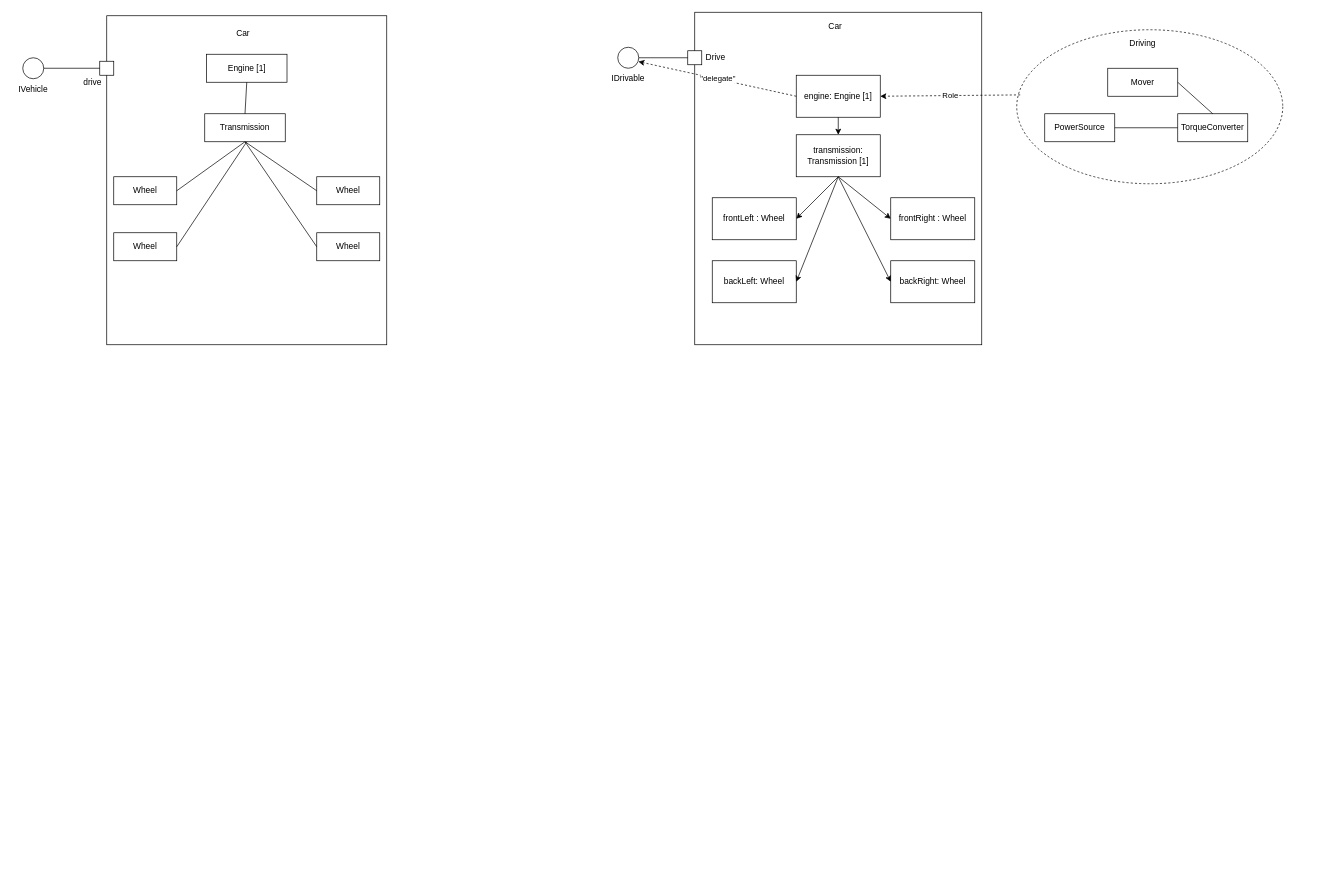
The draw.io diagram Diagramme sans nom.drawio in MikkoPet/bonjour, before the edit. Source tidied: cells renumbered, new cells numbered last; positions are measured from the earlier drawing's top-left corner, leaving out a move shared by most shapes. Both pictures are drawn from the tidied source at 70%, with x=0, y=0 at pixel (12, 12).
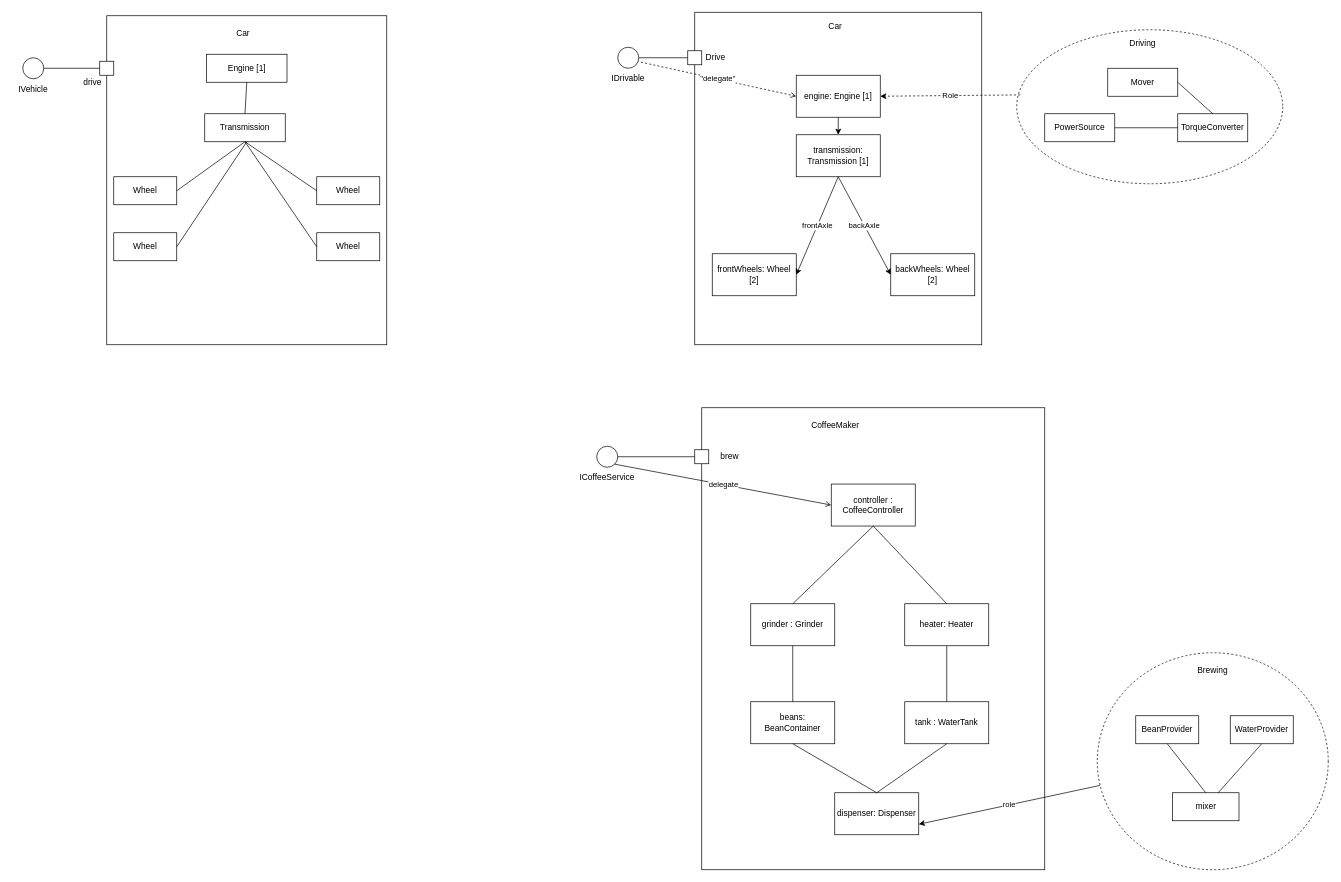
The same page after the edit.

Commit message:
Mettre à jour Diagramme sans nom.drawio

The change refers to these unchanged cells:
```xml
<mxCell id="25" style="ellipse;whiteSpace=wrap;html=1;" parent="1" vertex="1">
  <mxGeometry x="865" y="50" width="30" height="30" as="geometry" />
</mxCell>
<mxCell id="27" value="engine: Engine [1]" style="rounded=0;whiteSpace=wrap;html=1;" parent="1" vertex="1">
  <mxGeometry x="1120" y="90" width="120" height="60" as="geometry" />
</mxCell>
<mxCell id="28" value="transmission: Transmission [1]" style="rounded=0;whiteSpace=wrap;html=1;" parent="1" vertex="1">
  <mxGeometry x="1120" y="175" width="120" height="60" as="geometry" />
</mxCell>
```

Diff of the diagram source:
```diff
@@
-    <mxCell id="29" value="frontLeft : Wheel" style="rounded=0;whiteSpace=wrap;html=1;" parent="1" vertex="1">
-      <mxGeometry x="1000" y="265" width="120" height="60" as="geometry" />
+    <mxCell id="29" value="frontWheels: Wheel [2]" style="rounded=0;whiteSpace=wrap;html=1;" parent="1" vertex="1">
+      <mxGeometry x="1000" y="345" width="120" height="60" as="geometry" />
     </mxCell>
-    <mxCell id="30" value="frontRight : Wheel" style="rounded=0;whiteSpace=wrap;html=1;" parent="1" vertex="1">
-      <mxGeometry x="1255" y="265" width="120" height="60" as="geometry" />
+    <mxCell id="30" value="backWheels: Wheel [2]" style="rounded=0;whiteSpace=wrap;html=1;" parent="1" vertex="1">
+      <mxGeometry x="1255" y="345" width="120" height="60" as="geometry" />
     </mxCell>
-    <mxCell id="31" value="backLeft: Wheel" style="rounded=0;whiteSpace=wrap;html=1;" parent="1" vertex="1">
-      <mxGeometry x="1000" y="355" width="120" height="60" as="geometry" />
-    </mxCell>
-    <mxCell id="32" value="backRight: Wheel" style="rounded=0;whiteSpace=wrap;html=1;" parent="1" vertex="1">
-      <mxGeometry x="1255" y="355" width="120" height="60" as="geometry" />
-    </mxCell>
-    <mxCell id="33" value="&quot;delegate&quot;" style="endArrow=classic;html=1;rounded=0;exitX=0;exitY=0.5;exitDx=0;exitDy=0;entryX=0.983;entryY=0.683;entryDx=0;entryDy=0;dashed=1;entryPerimeter=0;" parent="1" edge="1" source="27" target="25">
+    <mxCell id="33" value="&quot;delegate&quot;" style="endArrow=none;html=1;rounded=0;exitX=0;exitY=0.5;exitDx=0;exitDy=0;entryX=0.983;entryY=0.683;entryDx=0;entryDy=0;dashed=1;entryPerimeter=0;startArrow=open;startFill=0;endFill=0;" parent="1" edge="1" source="27" target="25">
       <mxGeometry relative="1" as="geometry" />
     </mxCell>
@@
-    <mxCell id="35" style="endArrow=classic;html=1;rounded=0;exitX=0.5;exitY=1;exitDx=0;exitDy=0;entryX=1;entryY=0.5;entryDx=0;entryDy=0;" parent="1" edge="1" source="28" target="29">
+    <mxCell id="35" value="frontAxle" style="endArrow=classic;html=1;rounded=0;exitX=0.5;exitY=1;exitDx=0;exitDy=0;entryX=1;entryY=0.5;entryDx=0;entryDy=0;" parent="1" edge="1" source="28" target="29">
       <mxGeometry relative="1" as="geometry" />
     </mxCell>
-    <mxCell id="36" style="endArrow=classic;html=1;rounded=0;exitX=0.5;exitY=1;exitDx=0;exitDy=0;entryX=0;entryY=0.5;entryDx=0;entryDy=0;" parent="1" edge="1" source="28" target="30">
+    <mxCell id="36" value="backAxle" style="endArrow=classic;html=1;rounded=0;exitX=0.5;exitY=1;exitDx=0;exitDy=0;entryX=0;entryY=0.5;entryDx=0;entryDy=0;" parent="1" edge="1" source="28" target="30">
       <mxGeometry relative="1" as="geometry" />
     </mxCell>
-    <mxCell id="37" style="endArrow=classic;html=1;rounded=0;exitX=0.5;exitY=1;exitDx=0;exitDy=0;entryX=1;entryY=0.5;entryDx=0;entryDy=0;" parent="1" edge="1" source="28" target="31">
-      <mxGeometry relative="1" as="geometry" />
-    </mxCell>
-    <mxCell id="38" style="endArrow=classic;html=1;rounded=0;entryX=0;entryY=0.5;entryDx=0;entryDy=0;exitX=0.5;exitY=1;exitDx=0;exitDy=0;" parent="1" edge="1" source="28" target="32">
-      <mxGeometry relative="1" as="geometry" />
-    </mxCell>
@@
+    <mxCell id="47" style="rounded=0;whiteSpace=wrap;html=1;" parent="1" vertex="1">
+      <mxGeometry x="985" y="565" width="490" height="660" as="geometry" />
+    </mxCell>
+    <mxCell id="48" value="CoffeeMaker" style="text;html=1;align=center;verticalAlign=middle;whiteSpace=wrap;rounded=0;" parent="1" vertex="1">
+      <mxGeometry x="1146" y="575" width="60" height="30" as="geometry" />
+    </mxCell>
+    <mxCell id="49" style="whiteSpace=wrap;html=1;" parent="1" vertex="1">
+      <mxGeometry x="975" y="625" width="20" height="20" as="geometry" />
+    </mxCell>
+    <mxCell id="50" value="brew" style="text;html=1;align=center;verticalAlign=middle;whiteSpace=wrap;rounded=0;" parent="1" vertex="1">
+      <mxGeometry x="995" y="620" width="60" height="30" as="geometry" />
+    </mxCell>
+    <mxCell id="51" style="ellipse;whiteSpace=wrap;html=1;" parent="1" vertex="1">
+      <mxGeometry x="835" y="620" width="30" height="30" as="geometry" />
+    </mxCell>
+    <mxCell id="52" style="endArrow=none;html=1;rounded=0;exitX=1;exitY=0.5;exitDx=0;exitDy=0;entryX=0;entryY=0.5;entryDx=0;entryDy=0;" parent="1" edge="1" source="51" target="49">
+      <mxGeometry relative="1" as="geometry" />
+    </mxCell>
+    <mxCell id="53" value="ICoffeeService" style="text;html=1;align=center;verticalAlign=middle;whiteSpace=wrap;rounded=0;" parent="1" vertex="1">
+      <mxGeometry x="820" y="650" width="60" height="30" as="geometry" />
+    </mxCell>
+    <mxCell id="54" value="delegate" style="rounded=0;jettySize=auto;html=1;entryX=1;entryY=1;entryDx=0;entryDy=0;startArrow=open;startFill=0;endArrow=none;endFill=0;exitX=0;exitY=0.5;exitDx=0;exitDy=0;" parent="1" edge="1" source="55" target="51">
+      <mxGeometry relative="1" as="geometry" />
+    </mxCell>
+    <mxCell id="55" value="controller : CoffeeController" style="rounded=0;whiteSpace=wrap;html=1;" parent="1" vertex="1">
+      <mxGeometry x="1170" y="674" width="120" height="60" as="geometry" />
+    </mxCell>
+    <mxCell id="56" value="grinder : Grinder" style="rounded=0;whiteSpace=wrap;html=1;" parent="1" vertex="1">
+      <mxGeometry x="1055" y="845" width="120" height="60" as="geometry" />
+    </mxCell>
+    <mxCell id="57" value="heater: Heater" style="rounded=0;whiteSpace=wrap;html=1;" parent="1" vertex="1">
+      <mxGeometry x="1275" y="845" width="120" height="60" as="geometry" />
+    </mxCell>
+    <mxCell id="58" value="dispenser: Dispenser" style="rounded=0;whiteSpace=wrap;html=1;" parent="1" vertex="1">
+      <mxGeometry x="1175" y="1115" width="120" height="60" as="geometry" />
+    </mxCell>
+    <mxCell id="59" value="tank : WaterTank" style="rounded=0;whiteSpace=wrap;html=1;" parent="1" vertex="1">
+      <mxGeometry x="1275" y="985" width="120" height="60" as="geometry" />
+    </mxCell>
+    <mxCell id="60" style="endArrow=none;html=1;rounded=0;entryX=0.5;entryY=1;entryDx=0;entryDy=0;exitX=0.5;exitY=0;exitDx=0;exitDy=0;" parent="1" edge="1" source="56" target="55">
+      <mxGeometry relative="1" as="geometry" />
+    </mxCell>
+    <mxCell id="61" style="endArrow=none;html=1;rounded=0;entryX=0.5;entryY=1;entryDx=0;entryDy=0;exitX=0.5;exitY=0;exitDx=0;exitDy=0;" parent="1" edge="1" source="57" target="55">
+      <mxGeometry relative="1" as="geometry" />
+    </mxCell>
+    <mxCell id="62" value="beans: BeanContainer" style="rounded=0;whiteSpace=wrap;html=1;" parent="1" vertex="1">
+      <mxGeometry x="1055" y="985" width="120" height="60" as="geometry" />
+    </mxCell>
+    <mxCell id="63" style="endArrow=none;html=1;rounded=0;entryX=0.5;entryY=1;entryDx=0;entryDy=0;" parent="1" edge="1" source="62" target="56">
+      <mxGeometry relative="1" as="geometry" />
+    </mxCell>
+    <mxCell id="64" style="endArrow=none;html=1;rounded=0;entryX=0.5;entryY=1;entryDx=0;entryDy=0;exitX=0.5;exitY=0;exitDx=0;exitDy=0;" parent="1" edge="1" source="59" target="57">
+      <mxGeometry relative="1" as="geometry" />
+    </mxCell>
+    <mxCell id="65" style="endArrow=none;html=1;rounded=0;entryX=0.5;entryY=1;entryDx=0;entryDy=0;exitX=0.5;exitY=0;exitDx=0;exitDy=0;" parent="1" edge="1" source="58" target="62">
+      <mxGeometry relative="1" as="geometry" />
+    </mxCell>
+    <mxCell id="66" style="endArrow=none;html=1;rounded=0;entryX=0.5;entryY=1;entryDx=0;entryDy=0;exitX=0.5;exitY=0;exitDx=0;exitDy=0;" parent="1" edge="1" source="58" target="59">
+      <mxGeometry relative="1" as="geometry" />
+    </mxCell>
+    <mxCell id="67" value="role" style="rounded=0;jettySize=auto;html=1;entryX=1;entryY=0.75;entryDx=0;entryDy=0;" parent="1" edge="1" source="68" target="58">
+      <mxGeometry relative="1" as="geometry" />
+    </mxCell>
+    <mxCell id="68" style="ellipse;whiteSpace=wrap;html=1;dashed=1;" parent="1" vertex="1">
+      <mxGeometry x="1550" y="915" width="330" height="310" as="geometry" />
+    </mxCell>
+    <mxCell id="69" value="Brewing" style="text;html=1;align=center;verticalAlign=middle;whiteSpace=wrap;rounded=0;" parent="1" vertex="1">
+      <mxGeometry x="1685" y="925" width="60" height="30" as="geometry" />
+    </mxCell>
+    <mxCell id="70" value="WaterProvider" style="rounded=0;whiteSpace=wrap;html=1;" parent="1" vertex="1">
+      <mxGeometry x="1740" y="1005" width="90" height="40" as="geometry" />
+    </mxCell>
+    <mxCell id="71" value="mixer" style="rounded=0;whiteSpace=wrap;html=1;" parent="1" vertex="1">
+      <mxGeometry x="1657.5" y="1115" width="95" height="40" as="geometry" />
+    </mxCell>
+    <mxCell id="72" style="endArrow=none;html=1;rounded=0;exitX=0.5;exitY=1;exitDx=0;exitDy=0;" parent="1" edge="1" source="70" target="71">
+      <mxGeometry relative="1" as="geometry" />
+    </mxCell>
+    <mxCell id="73" value="BeanProvider" style="rounded=0;whiteSpace=wrap;html=1;" parent="1" vertex="1">
+      <mxGeometry x="1605" y="1005" width="90" height="40" as="geometry" />
+    </mxCell>
+    <mxCell id="74" style="endArrow=none;html=1;rounded=0;entryX=0.5;entryY=1;entryDx=0;entryDy=0;exitX=0.5;exitY=0;exitDx=0;exitDy=0;" parent="1" edge="1" source="71" target="73">
+      <mxGeometry relative="1" as="geometry" />
+    </mxCell>
```
